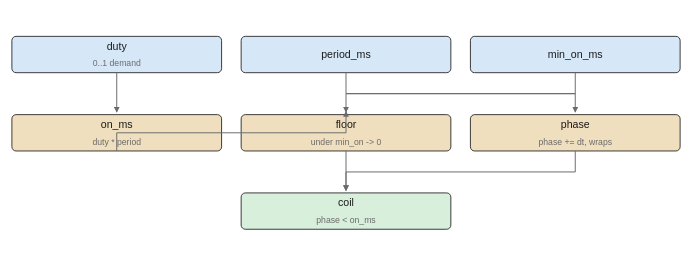
This is images/logic/block_ValveController.drawio.svg from pstch/botanik2, a draw.io export, as it was before one commit. Source tidied: cells renumbered, new cells last; positions are measured from the earlier drawing's top-left corner, leaving out a move shared by most shapes.
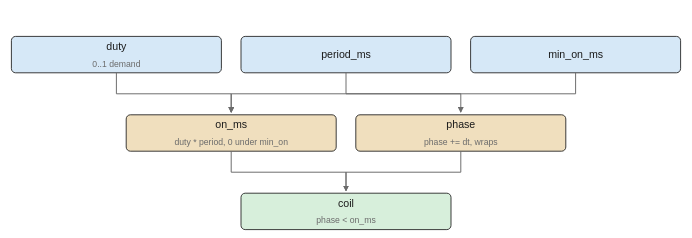
Above is the later version.

What changed in the source:
```diff
@@ -12,68 +12,63 @@
       <mxGeometry x="328" width="150" height="26" as="geometry" />
     </mxCell>
     <mxCell id="5" value="on_ms" style="rounded=1;fillColor=#f0dfbe;strokeColor=#1a1a1a;whiteSpace=wrap;html=1;fontSize=8;" parent="1" vertex="1">
-      <mxGeometry y="56" width="150" height="26" as="geometry" />
+      <mxGeometry x="82" y="56" width="150" height="26" as="geometry" />
     </mxCell>
-    <mxCell id="6" value="floor" style="rounded=1;fillColor=#f0dfbe;strokeColor=#1a1a1a;whiteSpace=wrap;html=1;fontSize=8;" parent="1" vertex="1">
-      <mxGeometry x="164" y="56" width="150" height="26" as="geometry" />
+    <mxCell id="6" value="phase" style="rounded=1;fillColor=#f0dfbe;strokeColor=#1a1a1a;whiteSpace=wrap;html=1;fontSize=8;" parent="1" vertex="1">
+      <mxGeometry x="246" y="56" width="150" height="26" as="geometry" />
     </mxCell>
-    <mxCell id="7" value="phase" style="rounded=1;fillColor=#f0dfbe;strokeColor=#1a1a1a;whiteSpace=wrap;html=1;fontSize=8;" parent="1" vertex="1">
-      <mxGeometry x="328" y="56" width="150" height="26" as="geometry" />
+    <mxCell id="7" value="coil" style="rounded=1;fillColor=#d7efdb;strokeColor=#1a1a1a;whiteSpace=wrap;html=1;fontSize=8;" parent="1" vertex="1">
+      <mxGeometry x="164" y="112" width="150" height="26" as="geometry" />
     </mxCell>
-    <mxCell id="8" value="coil" style="rounded=1;fillColor=#d7efdb;strokeColor=#1a1a1a;whiteSpace=wrap;html=1;fontSize=8;" parent="1" vertex="1">
-      <mxGeometry x="164" y="112" width="150" height="26" as="geometry" />
-    </mxCell>
+    <mxCell id="15" style="edgeStyle=none;html=1;strokeColor=#6b6b6b;endArrow=block;" parent="1" edge="1">
+      <mxGeometry relative="1" as="geometry">
+        <mxPoint x="75" y="26" as="sourcePoint" />
+        <mxPoint x="157" y="54" as="targetPoint" />
+        <Array as="points">
+          <mxPoint x="75" y="41" />
+          <mxPoint x="157" y="41" />
+        </Array>
+      </mxGeometry>
+    </mxCell>
     <mxCell id="9" style="edgeStyle=none;html=1;strokeColor=#6b6b6b;endArrow=block;" parent="1" edge="1">
       <mxGeometry relative="1" as="geometry">
-        <mxPoint x="75" y="26" as="sourcePoint" />
-        <mxPoint x="75" y="54" as="targetPoint" />
+        <mxPoint x="239" y="26" as="sourcePoint" />
+        <mxPoint x="321" y="54" as="targetPoint" />
+        <Array as="points">
+          <mxPoint x="239" y="41" />
+          <mxPoint x="321" y="41" />
+        </Array>
       </mxGeometry>
     </mxCell>
     <mxCell id="10" style="edgeStyle=none;html=1;strokeColor=#6b6b6b;endArrow=block;" parent="1" edge="1">
       <mxGeometry relative="1" as="geometry">
-        <mxPoint x="239" y="26" as="sourcePoint" />
-        <mxPoint x="403" y="54" as="targetPoint" />
+        <mxPoint x="403" y="26" as="sourcePoint" />
+        <mxPoint x="157" y="54" as="targetPoint" />
         <Array as="points">
-          <mxPoint x="239" y="41" />
           <mxPoint x="403" y="41" />
+          <mxPoint x="157" y="41" />
         </Array>
       </mxGeometry>
     </mxCell>
     <mxCell id="11" style="edgeStyle=none;html=1;strokeColor=#6b6b6b;endArrow=block;" parent="1" edge="1">
       <mxGeometry relative="1" as="geometry">
-        <mxPoint x="403" y="26" as="sourcePoint" />
-        <mxPoint x="239" y="54" as="targetPoint" />
+        <mxPoint x="157" y="82" as="sourcePoint" />
+        <mxPoint x="239" y="110" as="targetPoint" />
         <Array as="points">
-          <mxPoint x="403" y="41" />
-          <mxPoint x="239" y="41" />
+          <mxPoint x="157" y="97" />
+          <mxPoint x="239" y="97" />
         </Array>
       </mxGeometry>
     </mxCell>
     <mxCell id="12" style="edgeStyle=none;html=1;strokeColor=#6b6b6b;endArrow=block;" parent="1" edge="1">
       <mxGeometry relative="1" as="geometry">
-        <mxPoint x="75" y="82" as="sourcePoint" />
-        <mxPoint x="239" y="54" as="targetPoint" />
+        <mxPoint x="321" y="82" as="sourcePoint" />
+        <mxPoint x="239" y="110" as="targetPoint" />
         <Array as="points">
-          <mxPoint x="75" y="69" />
-          <mxPoint x="239" y="69" />
+          <mxPoint x="321" y="97" />
+          <mxPoint x="239" y="97" />
         </Array>
       </mxGeometry>
     </mxCell>
-    <mxCell id="13" style="edgeStyle=none;html=1;strokeColor=#6b6b6b;endArrow=block;" parent="1" edge="1">
-      <mxGeometry relative="1" as="geometry">
-        <mxPoint x="239" y="82" as="sourcePoint" />
-        <mxPoint x="239" y="110" as="targetPoint" />
-      </mxGeometry>
-    </mxCell>
-    <mxCell id="14" style="edgeStyle=none;html=1;strokeColor=#6b6b6b;endArrow=block;" parent="1" edge="1">
-      <mxGeometry relative="1" as="geometry">
-        <mxPoint x="403" y="82" as="sourcePoint" />
-        <mxPoint x="239" y="110" as="targetPoint" />
-        <Array as="points">
-          <mxPoint x="403" y="97" />
-          <mxPoint x="239" y="97" />
-        </Array>
-      </mxGeometry>
-    </mxCell>
   </root>
 </mxGraphModel>
```
